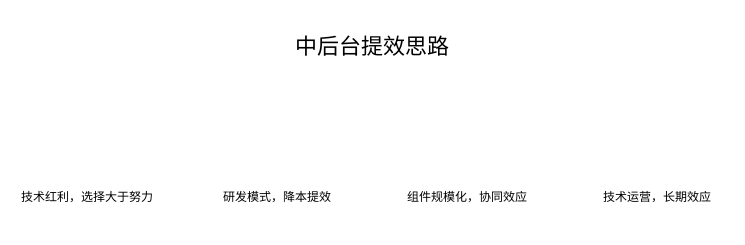
Earlier version of the draw.io diagram content/研发提效策略.drawio (XingMXTeam/maoxunxing.com). Source tidied: cells renumbered, new cells numbered last; positions are measured from the earlier drawing's top-left corner, leaving out a move shared by most shapes. Both pictures are drawn from the tidied source at 100%, with x=0, y=0 at pixel (17, 17).
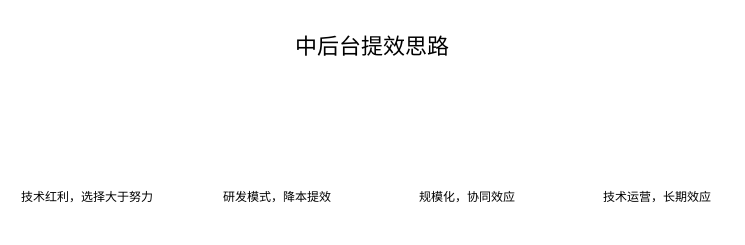
Above is the later version.

The edit, as a diff of the source:
```diff
@@
 <mxGraphModel>
   <root>
     <mxCell id="0" />
     <mxCell id="1" parent="0" />
     <mxCell id="2" style="edgeStyle=orthogonalEdgeStyle;html=1;exitX=0.5;exitY=1;exitDx=0;exitDy=0;entryX=0.5;entryY=0;entryDx=0;entryDy=0;fontColor=#FFFFFF;strokeColor=#FFFFFF;" parent="1" edge="1" source="6" target="9">
       <mxGeometry relative="1" as="geometry" />
     </mxCell>
     <mxCell id="3" style="edgeStyle=orthogonalEdgeStyle;html=1;exitX=0.5;exitY=1;exitDx=0;exitDy=0;strokeColor=#FFFFFF;" parent="1" edge="1" source="6" target="10">
       <mxGeometry relative="1" as="geometry" />
     </mxCell>
     <mxCell id="4" style="edgeStyle=orthogonalEdgeStyle;html=1;exitX=0.5;exitY=1;exitDx=0;exitDy=0;entryX=0.5;entryY=0;entryDx=0;entryDy=0;strokeColor=#FFFFFF;" parent="1" edge="1" source="6" target="8">
       <mxGeometry relative="1" as="geometry" />
     </mxCell>
     <mxCell id="5" style="edgeStyle=orthogonalEdgeStyle;html=1;exitX=0.5;exitY=1;exitDx=0;exitDy=0;entryX=0.5;entryY=0;entryDx=0;entryDy=0;strokeColor=#FFFFFF;" parent="1" edge="1" source="6" target="7">
       <mxGeometry relative="1" as="geometry" />
     </mxCell>
     <mxCell id="6" value="&lt;font style=&quot;font-size: 22px&quot;&gt;中后台提效思路&lt;/font&gt;" style="rounded=1;whiteSpace=wrap;html=1;fontColor=#000000;strokeColor=#FFFFFF;" parent="1" vertex="1">
       <mxGeometry x="140" width="430" height="60" as="geometry" />
     </mxCell>
     <mxCell id="7" value="技术红利，选择大于努力" style="rounded=1;whiteSpace=wrap;html=1;fontColor=#000000;strokeColor=#FFFFFF;" parent="1" vertex="1">
       <mxGeometry y="150" width="140" height="60" as="geometry" />
     </mxCell>
     <mxCell id="8" value="研发模式，降本提效" style="rounded=1;whiteSpace=wrap;html=1;fontColor=#000000;strokeColor=#FFFFFF;" parent="1" vertex="1">
       <mxGeometry x="190" y="150" width="140" height="60" as="geometry" />
     </mxCell>
-    <mxCell id="9" value="组件规模化，协同效应" style="rounded=1;whiteSpace=wrap;html=1;fontColor=#000000;strokeColor=#FFFFFF;" parent="1" vertex="1">
+    <mxCell id="9" value="规模化，协同效应" style="rounded=1;whiteSpace=wrap;html=1;fontColor=#000000;strokeColor=#FFFFFF;" parent="1" vertex="1">
       <mxGeometry x="380" y="150" width="140" height="60" as="geometry" />
     </mxCell>
     <mxCell id="10" value="技术运营，长期效应" style="rounded=1;whiteSpace=wrap;html=1;fontColor=#000000;strokeColor=#FFFFFF;" parent="1" vertex="1">
       <mxGeometry x="570" y="150" width="140" height="60" as="geometry" />
     </mxCell>
   </root>
 </mxGraphModel>
```
